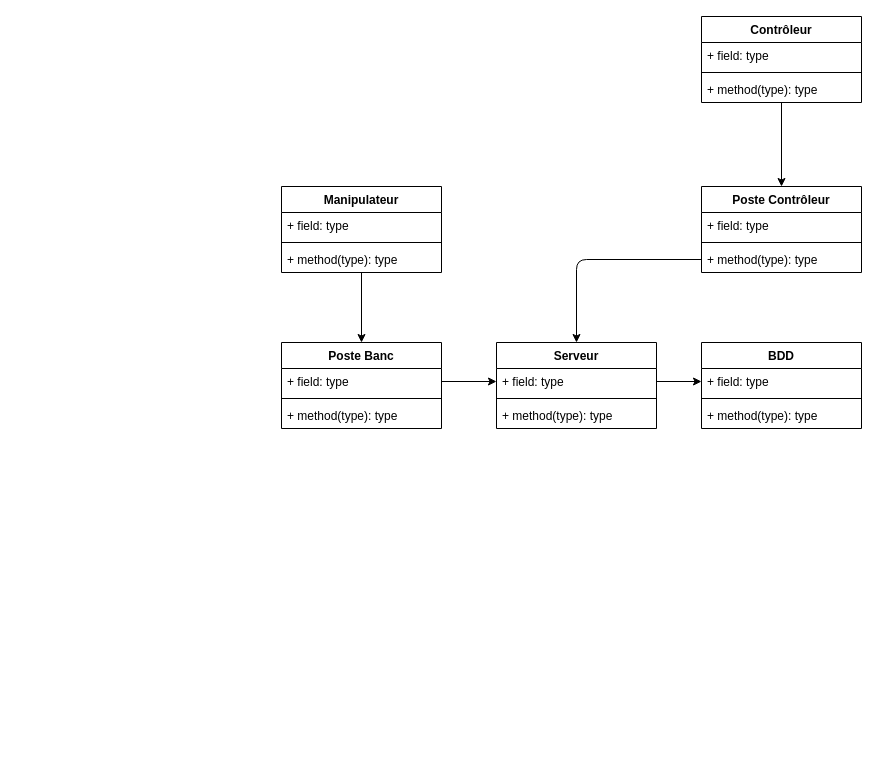
Above: Analyse/Thomas/diagrammeDeClasseThomas.drawio in MRCThomas/testDeVerinSurBancHydraulique (draw.io), before the change. Source tidied: cells renumbered, new cells numbered last; positions are measured from the earlier drawing's top-left corner, leaving out a move shared by most shapes. Both pictures are drawn from the tidied source at 100%, with x=0, y=0 at pixel (281, 16).
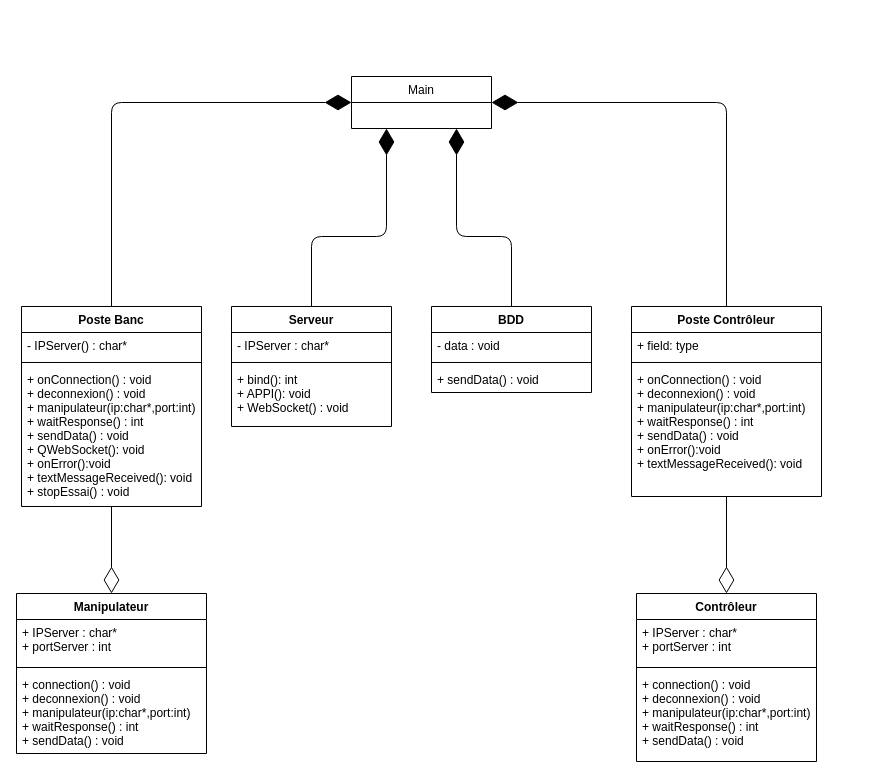
Above is the later version.

Commit message (it also covers changes not shown here):
commit perso Thomas

What changed in the source:
```diff
@@
     <mxCell id="2" value="Poste Contrôleur" style="swimlane;fontStyle=1;align=center;verticalAlign=top;horizontal=1;startSize=26;" parent="1" vertex="1">
-      <mxGeometry x="420" y="170" width="160" height="86" as="geometry" />
+      <mxGeometry x="350" y="290" width="190" height="190" as="geometry" />
     </mxCell>
     <mxCell id="3" value="+ field: type" style="text;strokeColor=none;fillColor=none;align=left;verticalAlign=top;spacingLeft=4;spacingRight=4;overflow=hidden;" parent="2" vertex="1">
-      <mxGeometry y="26" width="160" height="26" as="geometry" />
+      <mxGeometry y="26" width="190" height="26" as="geometry" />
     </mxCell>
     <mxCell id="4" style="line;strokeWidth=1;fillColor=none;align=left;verticalAlign=middle;spacingTop=-1;spacingLeft=3;spacingRight=3;labelPosition=right;" parent="2" vertex="1">
-      <mxGeometry y="52" width="160" height="8" as="geometry" />
+      <mxGeometry y="52" width="190" height="8" as="geometry" />
     </mxCell>
-    <mxCell id="5" value="+ method(type): type" style="text;strokeColor=none;fillColor=none;align=left;verticalAlign=top;spacingLeft=4;spacingRight=4;overflow=hidden;points=[[0,0.5],[1,0.5]];portConstraint=eastwest;" parent="2" vertex="1">
-      <mxGeometry y="60" width="160" height="26" as="geometry" />
+    <mxCell id="5" value="+ onConnection() : void&#10;+ deconnexion() : void&#10;+ manipulateur(ip:char*,port:int)&#10;+ waitResponse() : int&#10;+ sendData() : void&#10;+ onError():void&#10;+ textMessageReceived(): void" style="text;strokeColor=none;fillColor=none;align=left;verticalAlign=top;spacingLeft=4;spacingRight=4;overflow=hidden;points=[[0,0.5],[1,0.5]];portConstraint=eastwest;" parent="2" vertex="1">
+      <mxGeometry y="60" width="190" height="130" as="geometry" />
     </mxCell>
     <mxCell id="6" value="Poste Banc" style="swimlane;fontStyle=1;align=center;verticalAlign=top;horizontal=1;startSize=26;" parent="1" vertex="1">
-      <mxGeometry y="326" width="160" height="86" as="geometry" />
+      <mxGeometry x="-260" y="290" width="180" height="200" as="geometry" />
     </mxCell>
-    <mxCell id="7" value="+ field: type" style="text;strokeColor=none;fillColor=none;align=left;verticalAlign=top;spacingLeft=4;spacingRight=4;overflow=hidden;points=[[0,0.5],[1,0.5]];portConstraint=eastwest;" parent="6" vertex="1">
-      <mxGeometry y="26" width="160" height="26" as="geometry" />
+    <mxCell id="7" value="- IPServer() : char*" style="text;strokeColor=none;fillColor=none;align=left;verticalAlign=top;spacingLeft=4;spacingRight=4;overflow=hidden;points=[[0,0.5],[1,0.5]];portConstraint=eastwest;" parent="6" vertex="1">
+      <mxGeometry y="26" width="180" height="26" as="geometry" />
     </mxCell>
     <mxCell id="8" style="line;strokeWidth=1;fillColor=none;align=left;verticalAlign=middle;spacingTop=-1;spacingLeft=3;spacingRight=3;labelPosition=right;" parent="6" vertex="1">
-      <mxGeometry y="52" width="160" height="8" as="geometry" />
+      <mxGeometry y="52" width="180" height="8" as="geometry" />
     </mxCell>
-    <mxCell id="9" value="+ method(type): type" style="text;strokeColor=none;fillColor=none;align=left;verticalAlign=top;spacingLeft=4;spacingRight=4;overflow=hidden;" parent="6" vertex="1">
-      <mxGeometry y="60" width="160" height="26" as="geometry" />
+    <mxCell id="9" value="+ onConnection() : void&#10;+ deconnexion() : void&#10;+ manipulateur(ip:char*,port:int)&#10;+ waitResponse() : int&#10;+ sendData() : void&#10;+ QWebSocket(): void&#10;+ onError():void&#10;+ textMessageReceived(): void&#10;+ stopEssai() : void" style="text;strokeColor=none;fillColor=none;align=left;verticalAlign=top;spacingLeft=4;spacingRight=4;overflow=hidden;" parent="6" vertex="1">
+      <mxGeometry y="60" width="180" height="140" as="geometry" />
     </mxCell>
     <mxCell id="10" value="BDD" style="swimlane;fontStyle=1;align=center;verticalAlign=top;horizontal=1;startSize=26;" parent="1" vertex="1">
-      <mxGeometry x="420" y="326" width="160" height="86" as="geometry" />
+      <mxGeometry x="150" y="290" width="160" height="86" as="geometry" />
     </mxCell>
-    <mxCell id="11" value="+ field: type" style="text;strokeColor=none;fillColor=none;align=left;verticalAlign=top;spacingLeft=4;spacingRight=4;overflow=hidden;points=[[0,0.5],[1,0.5]];portConstraint=eastwest;" parent="10" vertex="1">
+    <mxCell id="11" value="- data : void" style="text;strokeColor=none;fillColor=none;align=left;verticalAlign=top;spacingLeft=4;spacingRight=4;overflow=hidden;points=[[0,0.5],[1,0.5]];portConstraint=eastwest;" parent="10" vertex="1">
       <mxGeometry y="26" width="160" height="26" as="geometry" />
     </mxCell>
@@
-    <mxCell id="13" value="+ method(type): type" style="text;strokeColor=none;fillColor=none;align=left;verticalAlign=top;spacingLeft=4;spacingRight=4;overflow=hidden;" parent="10" vertex="1">
+    <mxCell id="13" value="+ sendData() : void" style="text;strokeColor=none;fillColor=none;align=left;verticalAlign=top;spacingLeft=4;spacingRight=4;overflow=hidden;" parent="10" vertex="1">
       <mxGeometry y="60" width="160" height="26" as="geometry" />
     </mxCell>
     <mxCell id="14" value="Contrôleur" style="swimlane;fontStyle=1;align=center;verticalAlign=top;horizontal=1;startSize=26;" parent="1" vertex="1">
-      <mxGeometry x="420" width="160" height="86" as="geometry" />
+      <mxGeometry x="355" y="577" width="180" height="168" as="geometry" />
     </mxCell>
-    <mxCell id="15" value="+ field: type" style="text;strokeColor=none;fillColor=none;align=left;verticalAlign=top;spacingLeft=4;spacingRight=4;overflow=hidden;" parent="14" vertex="1">
-      <mxGeometry y="26" width="160" height="26" as="geometry" />
+    <mxCell id="15" value="+ IPServer : char*&#10;+ portServer : int" style="text;strokeColor=none;fillColor=none;align=left;verticalAlign=top;spacingLeft=4;spacingRight=4;overflow=hidden;" parent="14" vertex="1">
+      <mxGeometry y="26" width="180" height="44" as="geometry" />
     </mxCell>
     <mxCell id="16" style="line;strokeWidth=1;fillColor=none;align=left;verticalAlign=middle;spacingTop=-1;spacingLeft=3;spacingRight=3;labelPosition=right;" parent="14" vertex="1">
-      <mxGeometry y="52" width="160" height="8" as="geometry" />
+      <mxGeometry y="70" width="180" height="8" as="geometry" />
     </mxCell>
-    <mxCell id="17" value="+ method(type): type" style="text;strokeColor=none;fillColor=none;align=left;verticalAlign=top;spacingLeft=4;spacingRight=4;overflow=hidden;points=[[0,0.5],[1,0.5]];portConstraint=eastwest;" parent="14" vertex="1">
-      <mxGeometry y="60" width="160" height="26" as="geometry" />
+    <mxCell id="17" value="+ connection() : void&#10;+ deconnexion() : void&#10;+ manipulateur(ip:char*,port:int)&#10;+ waitResponse() : int&#10;+ sendData() : void" style="text;strokeColor=none;fillColor=none;align=left;verticalAlign=top;spacingLeft=4;spacingRight=4;overflow=hidden;points=[[0,0.5],[1,0.5]];portConstraint=eastwest;" parent="14" vertex="1">
+      <mxGeometry y="78" width="180" height="90" as="geometry" />
     </mxCell>
     <mxCell id="18" value="Manipulateur" style="swimlane;fontStyle=1;align=center;verticalAlign=top;horizontal=1;startSize=26;" parent="1" vertex="1">
-      <mxGeometry y="170" width="160" height="86" as="geometry" />
+      <mxGeometry x="-265" y="577" width="190" height="160" as="geometry" />
     </mxCell>
-    <mxCell id="19" value="+ field: type" style="text;strokeColor=none;fillColor=none;align=left;verticalAlign=top;spacingLeft=4;spacingRight=4;overflow=hidden;" parent="18" vertex="1">
-      <mxGeometry y="26" width="160" height="26" as="geometry" />
+    <mxCell id="19" value="+ IPServer : char*&#10;+ portServer : int" style="text;strokeColor=none;fillColor=none;align=left;verticalAlign=top;spacingLeft=4;spacingRight=4;overflow=hidden;" parent="18" vertex="1">
+      <mxGeometry y="26" width="190" height="44" as="geometry" />
     </mxCell>
     <mxCell id="20" style="line;strokeWidth=1;fillColor=none;align=left;verticalAlign=middle;spacingTop=-1;spacingLeft=3;spacingRight=3;labelPosition=right;" parent="18" vertex="1">
-      <mxGeometry y="52" width="160" height="8" as="geometry" />
+      <mxGeometry y="70" width="190" height="8" as="geometry" />
     </mxCell>
-    <mxCell id="21" value="+ method(type): type" style="text;strokeColor=none;fillColor=none;align=left;verticalAlign=top;spacingLeft=4;spacingRight=4;overflow=hidden;points=[[0,0.5],[1,0.5]];portConstraint=eastwest;" parent="18" vertex="1">
-      <mxGeometry y="60" width="160" height="26" as="geometry" />
+    <mxCell id="21" value="+ connection() : void&#10;+ deconnexion() : void&#10;+ manipulateur(ip:char*,port:int)&#10;+ waitResponse() : int&#10;+ sendData() : void" style="text;strokeColor=none;fillColor=none;align=left;verticalAlign=top;spacingLeft=4;spacingRight=4;overflow=hidden;points=[[0,0.5],[1,0.5]];portConstraint=eastwest;" parent="18" vertex="1">
+      <mxGeometry y="78" width="190" height="82" as="geometry" />
     </mxCell>
     <mxCell id="22" value="Serveur" style="swimlane;fontStyle=1;align=center;verticalAlign=top;horizontal=1;startSize=26;" parent="1" vertex="1">
-      <mxGeometry x="215" y="326" width="160" height="86" as="geometry" />
+      <mxGeometry x="-50" y="290" width="160" height="120" as="geometry" />
     </mxCell>
-    <mxCell id="23" value="+ field: type" style="text;strokeColor=none;fillColor=none;align=left;verticalAlign=top;spacingLeft=4;spacingRight=4;overflow=hidden;points=[[0,0.5],[1,0.5]];portConstraint=eastwest;" parent="22" vertex="1">
+    <mxCell id="23" value="- IPServer : char*" style="text;strokeColor=none;fillColor=none;align=left;verticalAlign=top;spacingLeft=4;spacingRight=4;overflow=hidden;points=[[0,0.5],[1,0.5]];portConstraint=eastwest;" parent="22" vertex="1">
       <mxGeometry y="26" width="160" height="26" as="geometry" />
     </mxCell>
@@
-    <mxCell id="25" value="+ method(type): type" style="text;strokeColor=none;fillColor=none;align=left;verticalAlign=top;spacingLeft=4;spacingRight=4;overflow=hidden;" parent="22" vertex="1">
-      <mxGeometry y="60" width="160" height="26" as="geometry" />
+    <mxCell id="25" value="+ bind(): int &#10;+ APPI(): void&#10;+ WebSocket() : void" style="text;strokeColor=none;fillColor=none;align=left;verticalAlign=top;spacingLeft=4;spacingRight=4;overflow=hidden;" parent="22" vertex="1">
+      <mxGeometry y="60" width="160" height="60" as="geometry" />
     </mxCell>
-    <mxCell id="26" style="edgeStyle=none;html=1;entryX=0.5;entryY=0;entryDx=0;entryDy=0;" parent="1" edge="1" source="17" target="2">
-      <mxGeometry relative="1" as="geometry" />
-    </mxCell>
-    <mxCell id="27" style="edgeStyle=none;html=1;exitX=1;exitY=0.5;exitDx=0;exitDy=0;entryX=0;entryY=0.5;entryDx=0;entryDy=0;" parent="1" edge="1" source="7" target="23">
-      <mxGeometry relative="1" as="geometry" />
-    </mxCell>
-    <mxCell id="28" style="edgeStyle=none;html=1;exitX=1;exitY=0.5;exitDx=0;exitDy=0;entryX=0;entryY=0.5;entryDx=0;entryDy=0;" parent="1" edge="1" source="23" target="11">
-      <mxGeometry relative="1" as="geometry" />
-    </mxCell>
-    <mxCell id="29" style="edgeStyle=none;html=1;entryX=0.5;entryY=0;entryDx=0;entryDy=0;" parent="1" edge="1" source="5" target="22">
-      <mxGeometry relative="1" as="geometry">
-        <Array as="points">
-          <mxPoint x="295" y="243" />
-        </Array>
-      </mxGeometry>
-    </mxCell>
-    <mxCell id="30" style="edgeStyle=none;html=1;entryX=0.5;entryY=0;entryDx=0;entryDy=0;" parent="1" edge="1" source="21" target="6">
-      <mxGeometry relative="1" as="geometry" />
-    </mxCell>
+    <mxCell id="31" style="endArrow=diamondThin;endFill=1;endSize=24;html=1;exitX=0.5;exitY=0;exitDx=0;exitDy=0;entryX=0;entryY=0.5;entryDx=0;entryDy=0;" parent="1" edge="1" source="6" target="34">
+      <mxGeometry relative="1" as="geometry">
+        <Array as="points">
+          <mxPoint x="-170" y="86" />
+        </Array>
+      </mxGeometry>
+    </mxCell>
+    <mxCell id="32" style="endArrow=diamondThin;endFill=1;endSize=24;html=1;entryX=0.25;entryY=1;entryDx=0;entryDy=0;exitX=0.5;exitY=0;exitDx=0;exitDy=0;" parent="1" edge="1" source="22" target="34">
+      <mxGeometry relative="1" as="geometry">
+        <Array as="points">
+          <mxPoint x="30" y="220" />
+          <mxPoint x="105" y="220" />
+        </Array>
+      </mxGeometry>
+    </mxCell>
+    <mxCell id="33" style="endArrow=diamondThin;endFill=1;endSize=24;html=1;entryX=1;entryY=0.5;entryDx=0;entryDy=0;exitX=0.5;exitY=0;exitDx=0;exitDy=0;" parent="1" edge="1" source="2" target="34">
+      <mxGeometry relative="1" as="geometry">
+        <Array as="points">
+          <mxPoint x="445" y="86" />
+        </Array>
+      </mxGeometry>
+    </mxCell>
+    <mxCell id="34" value="Main" style="swimlane;fontStyle=0;horizontal=1;startSize=26;fillColor=none;" parent="1" vertex="1">
+      <mxGeometry x="70" y="60" width="140" height="52" as="geometry" />
+    </mxCell>
+    <mxCell id="35" style="endArrow=diamondThin;endFill=0;endSize=24;html=1;entryX=0.5;entryY=0;entryDx=0;entryDy=0;" parent="1" edge="1" source="6" target="18">
+      <mxGeometry relative="1" as="geometry" />
+    </mxCell>
+    <mxCell id="36" style="endArrow=diamondThin;endFill=1;endSize=24;html=1;entryX=0.75;entryY=1;entryDx=0;entryDy=0;exitX=0.5;exitY=0;exitDx=0;exitDy=0;" parent="1" edge="1" source="10" target="34">
+      <mxGeometry relative="1" as="geometry">
+        <Array as="points">
+          <mxPoint x="230" y="220" />
+          <mxPoint x="175" y="220" />
+        </Array>
+      </mxGeometry>
+    </mxCell>
+    <mxCell id="37" style="endArrow=diamondThin;endFill=0;endSize=24;html=1;entryX=0.5;entryY=0;entryDx=0;entryDy=0;" parent="1" edge="1" source="2" target="14">
+      <mxGeometry relative="1" as="geometry" />
+    </mxCell>
```
